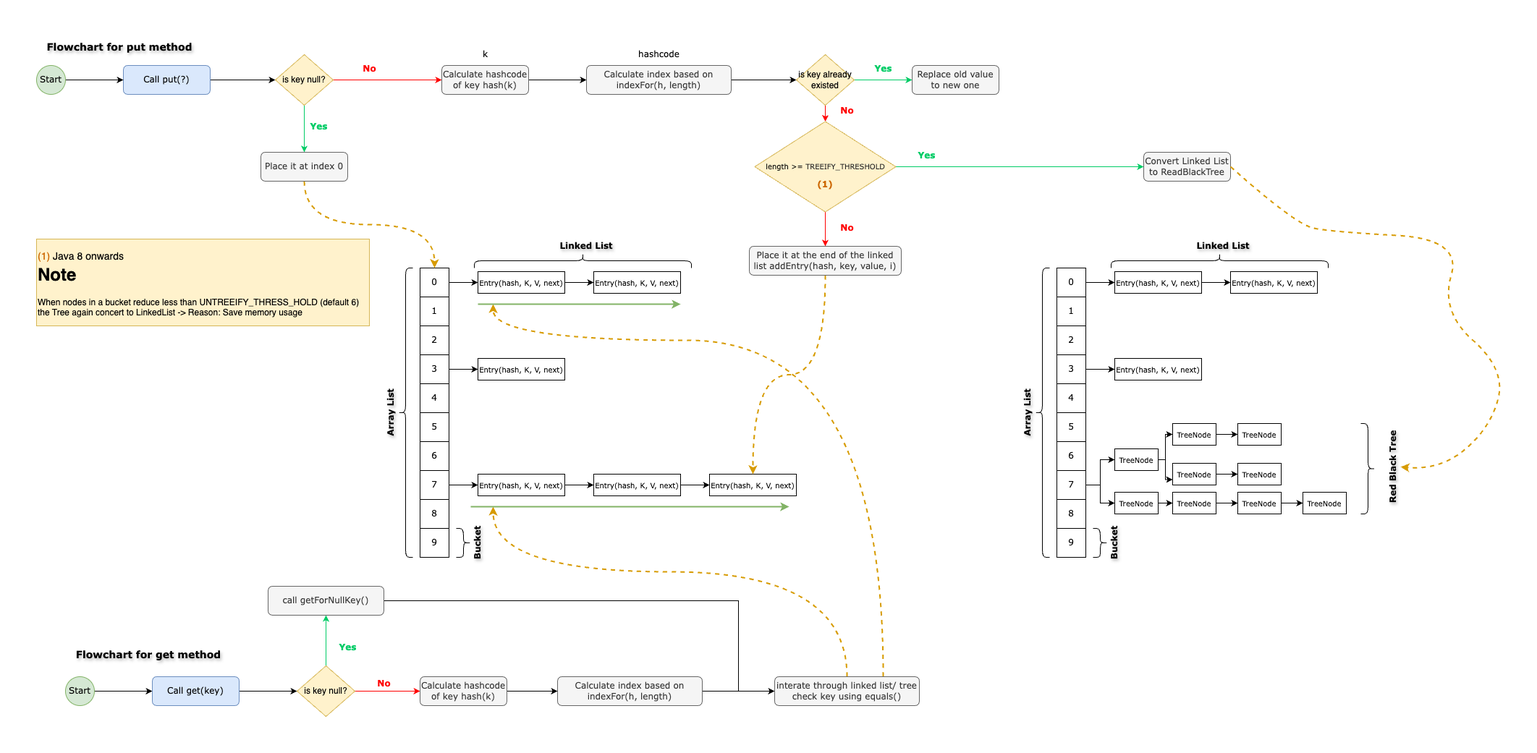
Before: java/how_hashmap_internally_work.drawio.png, a diagram exported from draw.io (phamhungptithcm/JavaWebDeveloperDocumentation). Source tidied: cells renumbered, new cells last; positions are measured from the earlier drawing's top-left corner, leaving out a move shared by most shapes.
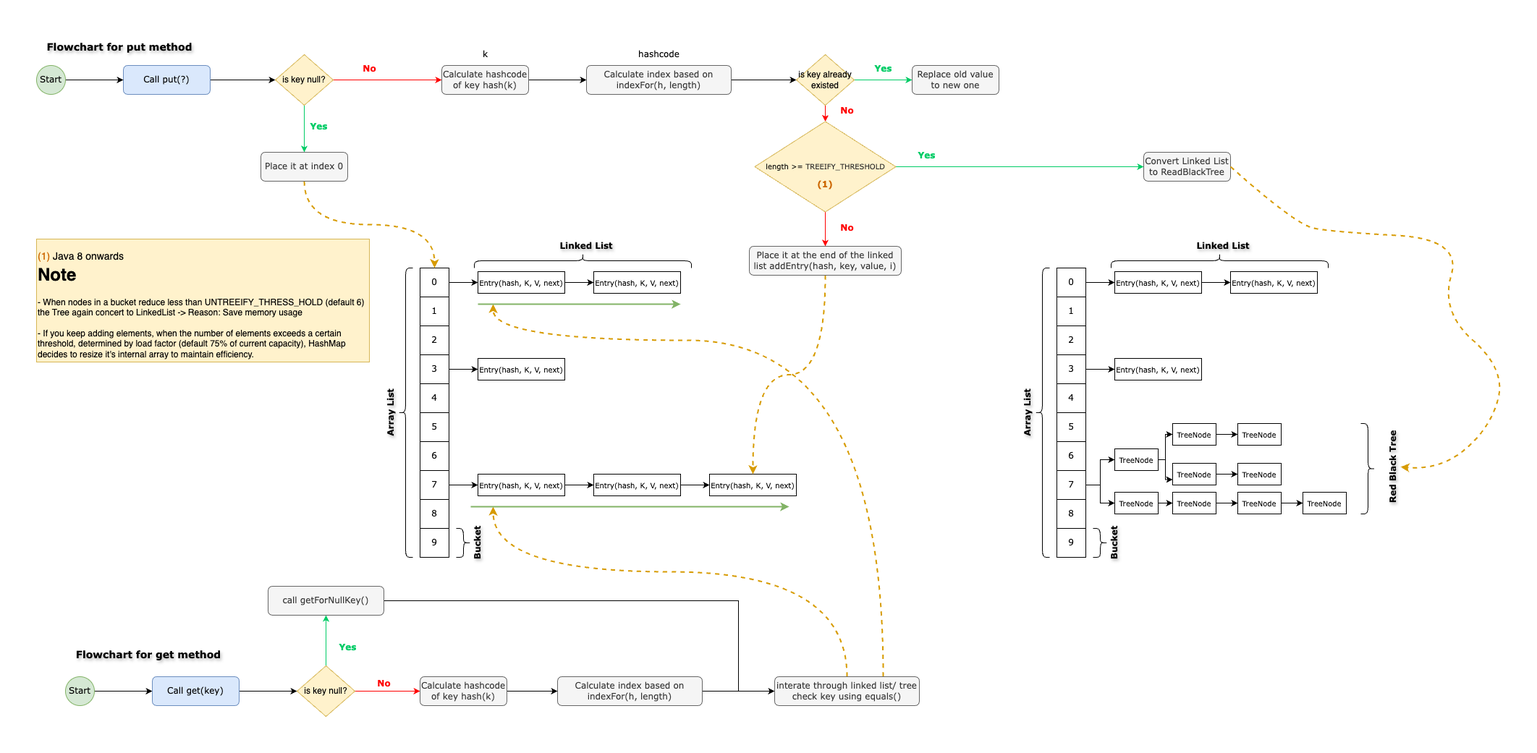
After the change.

The edit, as a diff of the source:
```diff
@@ -331,8 +331,8 @@
     <mxCell id="104" value="Place it at the end of the linked list addEntry(hash, key, value, i)" style="rounded=1;whiteSpace=wrap;html=1;fontFamily=Verdana;fillColor=#f5f5f5;fontColor=#333333;strokeColor=#666666;" parent="1" vertex="1">
       <mxGeometry x="985" y="290" width="210" height="40" as="geometry" />
     </mxCell>
-    <mxCell id="105" value="&lt;h1 style=&quot;margin-top: 0px;&quot;&gt;&lt;span style=&quot;font-size: 14px; font-weight: 400;&quot;&gt;&lt;font color=&quot;#cc6600&quot;&gt;(1) &lt;/font&gt;Java 8 onwards&lt;/span&gt;&lt;br&gt;Note&lt;/h1&gt;&lt;div&gt;When nodes in a bucket reduce less than UNTREEIFY_THRESS_HOLD (default 6) the Tree again concert to LinkedList -&amp;gt; Reason: Save memory usage&lt;/div&gt;" style="text;html=1;whiteSpace=wrap;overflow=hidden;rounded=0;fillColor=#fff2cc;strokeColor=#d6b656;" parent="1" vertex="1">
-      <mxGeometry y="280" width="460" height="120" as="geometry" />
+    <mxCell id="105" value="&lt;h1 style=&quot;margin-top: 0px;&quot;&gt;&lt;span style=&quot;font-size: 14px; font-weight: 400;&quot;&gt;&lt;font color=&quot;#cc6600&quot;&gt;(1) &lt;/font&gt;Java 8 onwards&lt;/span&gt;&lt;br&gt;Note&lt;/h1&gt;&lt;div&gt;- When nodes in a bucket reduce less than UNTREEIFY_THRESS_HOLD (default 6) the Tree again concert to LinkedList -&amp;gt; Reason: Save memory usage&lt;/div&gt;&lt;div&gt;&lt;br&gt;&lt;/div&gt;&lt;div&gt;- If you keep adding elements, when the number of elements exceeds a certain threshold, determined by load factor (default 75% of current capacity), HashMap decides to resize it's internal array to maintain efficiency.&lt;/div&gt;" style="text;html=1;whiteSpace=wrap;overflow=hidden;rounded=0;fillColor=#fff2cc;strokeColor=#d6b656;" parent="1" vertex="1">
+      <mxGeometry y="280" width="460" height="170" as="geometry" />
     </mxCell>
     <mxCell id="106" value="Flowchart for put method" style="text;html=1;align=center;verticalAlign=middle;whiteSpace=wrap;rounded=0;fontSize=14;fontStyle=1;fontFamily=Verdana;textShadow=1;" parent="1" vertex="1">
       <mxGeometry width="230" height="30" as="geometry" />
```
